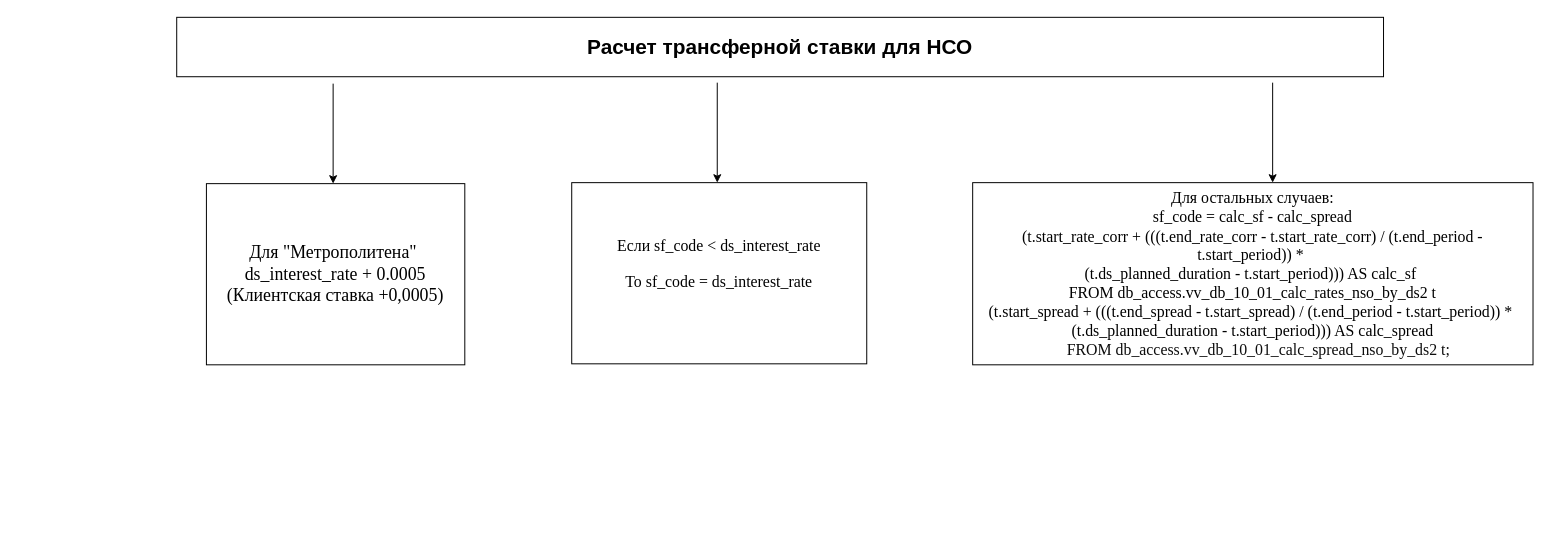
Above: page "НСО" (2 of 3) of Диаграмма без названия.drawio in NATALYAAAAAAAA/potter (draw.io), before the change. Source tidied: cells renumbered, new cells numbered last; positions are measured from the earlier drawing's top-left corner, leaving out a move shared by most shapes. Both pictures are drawn from the tidied source at 99%, with x=0, y=0 at pixel (176, 17).
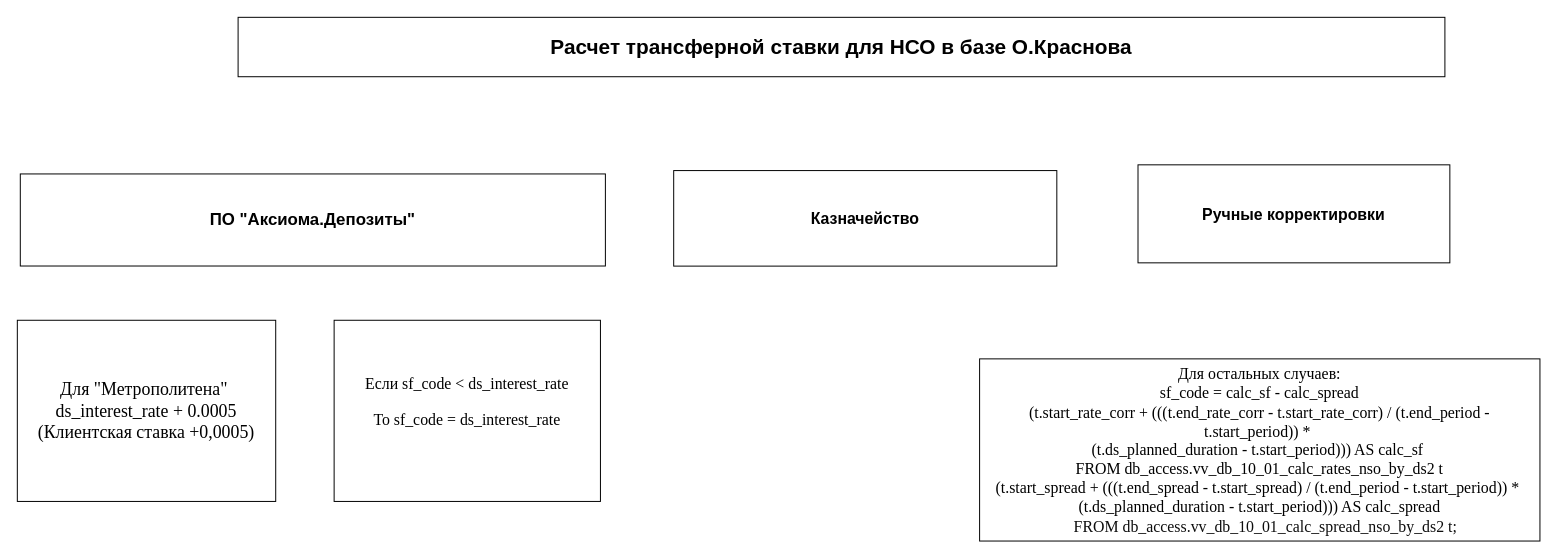
The same page after the edit.

Diff of the diagram source:
```diff
@@
 <mxGraphModel>
   <root>
     <mxCell id="0" />
     <mxCell id="1" parent="0" />
     <mxCell id="2" value="&lt;span style=&quot;text-align: start; background-color: light-dark(#ffffff, var(--ge-dark-color, #121212));&quot;&gt;&lt;font style=&quot;font-size: 18px;&quot; face=&quot;Times New Roman&quot;&gt;Для &quot;Метрополитена&quot;&amp;nbsp;&lt;/font&gt;&lt;/span&gt;&lt;div&gt;&lt;span style=&quot;text-align: start;&quot;&gt;&lt;span style=&quot;background-color: light-dark(#ffffff, var(--ge-dark-color, #121212));&quot;&gt;&lt;font style=&quot;font-size: 18px;&quot; face=&quot;Times New Roman&quot;&gt;ds_interest_rate + 0.0005&lt;/font&gt;&lt;/span&gt;&lt;/span&gt;&lt;/div&gt;&lt;div&gt;&lt;span style=&quot;text-align: start;&quot;&gt;&lt;span style=&quot;background-color: light-dark(#ffffff, var(--ge-dark-color, #121212));&quot;&gt;&lt;font style=&quot;font-size: 18px;&quot; face=&quot;Times New Roman&quot;&gt;(Клиентская ставка +0,0005)&lt;/font&gt;&lt;/span&gt;&lt;/span&gt;&lt;/div&gt;" style="rounded=0;whiteSpace=wrap;html=1;" parent="1" vertex="1">
-      <mxGeometry x="30" y="168" width="261" height="183" as="geometry" />
+      <mxGeometry x="-161" y="306" width="261" height="183" as="geometry" />
     </mxCell>
     <mxCell id="3" value="&lt;font style=&quot;font-size: 16px; background-color: light-dark(#ffffff, var(--ge-dark-color, #121212));&quot; face=&quot;Times New Roman&quot;&gt;Если&amp;nbsp;&lt;span&gt;sf_code &amp;lt; ds_interest_rate&lt;/span&gt;&lt;/font&gt;&lt;div&gt;&lt;div style=&quot;&quot;&gt;&lt;pre style=&quot;font-variant-numeric: normal; font-variant-east-asian: normal; font-variant-alternates: normal; font-size-adjust: none; font-language-override: normal; font-kerning: auto; font-optical-sizing: auto; font-feature-settings: normal; font-variation-settings: normal; font-variant-position: normal; font-variant-emoji: normal; font-stretch: normal; line-height: 22px; overflow: auto; text-wrap-mode: wrap; word-break: break-all; padding: 16px; margin: 0px !important;&quot;&gt;&lt;font style=&quot;font-size: 16px; background-color: light-dark(#ffffff, var(--ge-dark-color, #121212));&quot; face=&quot;Times New Roman&quot;&gt;То sf_code &lt;span class=&quot;token operator&quot; style=&quot;&quot;&gt;=&lt;/span&gt; ds_interest_rate&lt;/font&gt;&lt;/pre&gt;&lt;/div&gt;&lt;/div&gt;" style="rounded=0;whiteSpace=wrap;html=1;spacing=1;verticalAlign=middle;align=center;" parent="1" vertex="1">
-      <mxGeometry x="399" y="167" width="298" height="183" as="geometry" />
+      <mxGeometry x="159" y="306" width="269" height="183" as="geometry" />
     </mxCell>
     <mxCell id="4" value="&lt;span style=&quot;text-align: start; background-color: light-dark(#ffffff, var(--ge-dark-color, #121212));&quot;&gt;&lt;font face=&quot;Times New Roman&quot; style=&quot;font-size: 16px;&quot;&gt;&lt;font style=&quot;text-align: center;&quot;&gt;Для остальных случаев:&lt;/font&gt;&lt;div style=&quot;text-align: center;&quot;&gt;&lt;/div&gt;&lt;span style=&quot;text-align: center;&quot;&gt;sf_code &lt;/span&gt;&lt;span class=&quot;token operator&quot; style=&quot;text-align: center;&quot;&gt;=&lt;/span&gt;&lt;span style=&quot;text-align: center;&quot;&gt; calc_sf &lt;/span&gt;&lt;span class=&quot;token operator&quot; style=&quot;text-align: center;&quot;&gt;-&lt;/span&gt;&lt;span style=&quot;text-align: center;&quot;&gt; calc_spread&lt;/span&gt;&lt;br&gt;&lt;span style=&quot;text-align: center;&quot;&gt;(t.start_rate_corr + (((t.end_rate_corr - t.start_rate_corr) / (t.end_period - t.start_period)) *&amp;nbsp;&lt;/span&gt;&lt;/font&gt;&lt;/span&gt;&lt;div&gt;&lt;span style=&quot;text-align: start; background-color: light-dark(#ffffff, var(--ge-dark-color, #121212));&quot;&gt;&lt;font face=&quot;Times New Roman&quot; style=&quot;font-size: 16px;&quot;&gt;&lt;span style=&quot;text-align: center;&quot;&gt;(t.ds_planned_duration - t.start_period))) AS calc_sf&lt;/span&gt;&lt;font style=&quot;&quot;&gt;&amp;nbsp;&lt;br&gt;&lt;/font&gt;&lt;/font&gt;&lt;/span&gt;&lt;div&gt;&lt;span style=&quot;text-align: start;&quot;&gt;&lt;span style=&quot;background-color: light-dark(#ffffff, var(--ge-dark-color, #121212));&quot;&gt;&lt;font face=&quot;Times New Roman&quot; style=&quot;font-size: 16px;&quot;&gt;&lt;span style=&quot;text-align: center;&quot;&gt;FROM&lt;/span&gt;&lt;span style=&quot;text-align: center;&quot;&gt;&amp;nbsp;db_access.vv_db_10_01_calc_rates_nso_by_ds2 t&lt;/span&gt;&lt;/font&gt;&lt;/span&gt;&lt;/span&gt;&lt;/div&gt;&lt;div style=&quot;white-space: pre;&quot;&gt;&lt;font style=&quot;background-color: light-dark(#ffffff, var(--ge-dark-color, #121212)); font-size: 16px;&quot; face=&quot;Times New Roman&quot;&gt;(t.start_spread + (((t.end_spread - t.start_spread) / (t.end_period - t.start_period)) * &lt;/font&gt;&lt;/div&gt;&lt;div style=&quot;white-space: pre;&quot;&gt;&lt;font style=&quot;background-color: light-dark(#ffffff, var(--ge-dark-color, #121212)); font-size: 16px;&quot; face=&quot;Times New Roman&quot;&gt;(t.ds_planned_duration - t.start_period))) AS calc_spread&lt;/font&gt;&lt;/div&gt;&lt;div&gt;&lt;span style=&quot;text-align: start;&quot;&gt;&lt;span style=&quot;white-space: pre; text-align: center; background-color: light-dark(#ffffff, var(--ge-dark-color, #121212)); color: rgb(13, 13, 13);&quot;&gt;&lt;font face=&quot;Times New Roman&quot; style=&quot;font-size: 16px;&quot;&gt;&amp;nbsp; &amp;nbsp;FROM db_access.vv_db_10_01_calc_spread_nso_by_ds2 t;&lt;/font&gt;&lt;/span&gt;&lt;/span&gt;&lt;/div&gt;&lt;/div&gt;" style="rounded=0;whiteSpace=wrap;html=1;" parent="1" vertex="1">
-      <mxGeometry x="804" y="167" width="566" height="184" as="geometry" />
+      <mxGeometry x="811" y="345" width="566" height="184" as="geometry" />
     </mxCell>
-    <mxCell id="5" style="edgeStyle=orthogonalEdgeStyle;rounded=0;orthogonalLoop=1;jettySize=auto;html=1;" parent="1" edge="1">
-      <mxGeometry relative="1" as="geometry">
-        <mxPoint x="546" y="66" as="sourcePoint" />
-        <mxPoint x="546" y="167" as="targetPoint" />
-      </mxGeometry>
-    </mxCell>
-    <mxCell id="6" value="&lt;font style=&quot;font-size: 21px;&quot;&gt;Расчет трансферной ставки для НСО&lt;/font&gt;" style="rounded=0;whiteSpace=wrap;html=1;fontStyle=1;" parent="1" vertex="1">
-      <mxGeometry width="1219" height="60" as="geometry" />
+    <mxCell id="6" value="&lt;font style=&quot;font-size: 21px;&quot;&gt;Расчет трансферной ставки для НСО в базе О.Краснова&lt;/font&gt;" style="rounded=0;whiteSpace=wrap;html=1;fontStyle=1;" parent="1" vertex="1">
+      <mxGeometry x="62" width="1219" height="60" as="geometry" />
     </mxCell>
-    <mxCell id="7" style="edgeStyle=orthogonalEdgeStyle;rounded=0;orthogonalLoop=1;jettySize=auto;html=1;" parent="1" edge="1">
-      <mxGeometry relative="1" as="geometry">
-        <mxPoint x="1107" y="66" as="sourcePoint" />
-        <mxPoint x="1107" y="167" as="targetPoint" />
-      </mxGeometry>
-    </mxCell>
-    <mxCell id="8" style="edgeStyle=orthogonalEdgeStyle;rounded=0;orthogonalLoop=1;jettySize=auto;html=1;" parent="1" edge="1">
-      <mxGeometry relative="1" as="geometry">
-        <mxPoint x="158" y="67" as="sourcePoint" />
-        <mxPoint x="158" y="168" as="targetPoint" />
-      </mxGeometry>
-    </mxCell>
+    <mxCell id="9" value="&lt;b style=&quot;font-size: 14px;&quot;&gt;&lt;font style=&quot;font-size: 17px;&quot;&gt;ПО &quot;Аксиома.Депозиты&quot;&lt;/font&gt;&lt;/b&gt;" style="rounded=0;whiteSpace=wrap;html=1;" parent="1" vertex="1">
+      <mxGeometry x="-158" y="158.2" width="591" height="93" as="geometry" />
+    </mxCell>
+    <mxCell id="10" value="&lt;b style=&quot;font-size: 14px;&quot;&gt;&lt;font style=&quot;font-size: 16px;&quot;&gt;Казначейство&lt;/font&gt;&lt;/b&gt;" style="rounded=0;whiteSpace=wrap;html=1;" parent="1" vertex="1">
+      <mxGeometry x="502" y="154.8" width="387" height="96.5" as="geometry" />
+    </mxCell>
+    <mxCell id="11" value="&lt;font style=&quot;font-size: 16px;&quot;&gt;&lt;b&gt;Ручные корректировки&lt;/b&gt;&lt;/font&gt;" style="rounded=0;whiteSpace=wrap;html=1;" parent="1" vertex="1">
+      <mxGeometry x="971" y="149" width="315" height="99" as="geometry" />
+    </mxCell>
   </root>
 </mxGraphModel>
```
